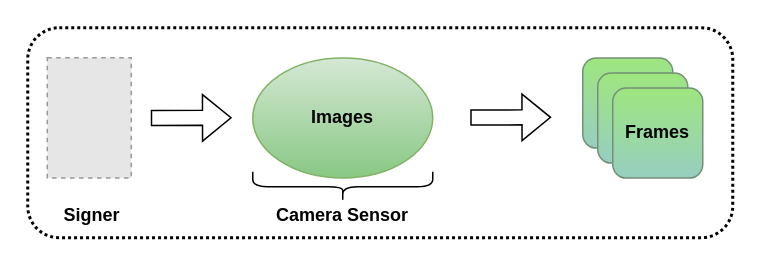
Above: fig2.drawio in hridoy1000/asl (draw.io), before the change. Source tidied: cells renumbered, new cells numbered last; positions are measured from the earlier drawing's top-left corner, leaving out a move shared by most shapes. Both pictures are drawn from the tidied source at 150%, with x=0, y=0 at pixel (27, 27). Pictures stored in the file or linked from it are replaced by grey dashed boxes.
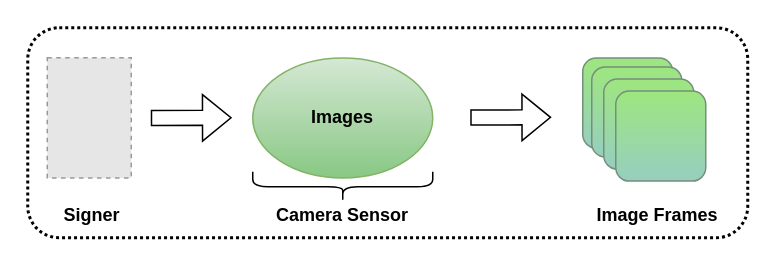
Above is the later version.

Diff of the diagram source:
```diff
@@
 <mxGraphModel>
   <root>
     <mxCell id="0" />
     <mxCell id="1" parent="0" />
     <mxCell id="2" style="rounded=1;whiteSpace=wrap;html=1;dashed=1;dashPattern=1 1;strokeWidth=2;gradientColor=none;fillStyle=auto;glass=0;shadow=0;" parent="1" vertex="1">
-      <mxGeometry width="470" height="140" as="geometry" />
+      <mxGeometry width="480" height="140" as="geometry" />
     </mxCell>
     <mxCell id="3" style="fillColor=#E6E6E6;strokeColor=#999999;dashed=1;verticalLabelPosition=bottom;labelBackgroundColor=default;verticalAlign=top;" parent="1" vertex="1">
       <mxGeometry x="13" y="20" width="56" height="80.2" as="geometry" />
     </mxCell>
     <mxCell id="4" style="shape=flexArrow;endArrow=classic;html=1;rounded=0;exitX=1;exitY=0.5;exitDx=0;exitDy=0;" parent="1" edge="1">
       <mxGeometry relative="1" as="geometry">
         <mxPoint x="82" y="60.1" as="sourcePoint" />
         <mxPoint x="136" y="60" as="targetPoint" />
       </mxGeometry>
     </mxCell>
     <mxCell id="5" value="&lt;b&gt;Images&lt;/b&gt;" style="ellipse;whiteSpace=wrap;html=1;fillColor=#d5e8d4;strokeColor=#82b366;strokeWidth=1;gradientColor=#88c884;" parent="1" vertex="1">
       <mxGeometry x="150" y="20.2" width="120" height="80" as="geometry" />
     </mxCell>
     <mxCell id="6" style="shape=flexArrow;endArrow=classic;html=1;rounded=0;exitX=1;exitY=0.5;exitDx=0;exitDy=0;" parent="1" edge="1">
       <mxGeometry relative="1" as="geometry">
         <mxPoint x="295" y="59.8" as="sourcePoint" />
         <mxPoint x="349" y="59.7" as="targetPoint" />
       </mxGeometry>
     </mxCell>
     <mxCell id="7" style="rounded=1;whiteSpace=wrap;html=1;fillColor=#9ee67f;gradientColor=#97cec0;strokeColor=#749078;" parent="1" vertex="1">
       <mxGeometry x="370" y="20.2" width="60" height="60" as="geometry" />
     </mxCell>
     <mxCell id="8" style="shape=curlyBracket;whiteSpace=wrap;html=1;rounded=1;flipH=1;labelPosition=right;verticalLabelPosition=middle;align=left;verticalAlign=middle;rotation=90;" parent="1" vertex="1">
       <mxGeometry x="200" y="46" width="20" height="120" as="geometry" />
     </mxCell>
     <mxCell id="9" value="&lt;b&gt;Signer&lt;/b&gt;" style="text;html=1;align=center;verticalAlign=middle;whiteSpace=wrap;rounded=0;" parent="1" vertex="1">
       <mxGeometry x="13" y="110" width="60" height="30" as="geometry" />
     </mxCell>
     <mxCell id="10" value="&lt;b&gt;Camera Sensor&lt;/b&gt;" style="text;html=1;align=center;verticalAlign=middle;whiteSpace=wrap;rounded=0;" parent="1" vertex="1">
       <mxGeometry x="160" y="110" width="100" height="30" as="geometry" />
     </mxCell>
     <mxCell id="11" style="rounded=1;whiteSpace=wrap;html=1;fillColor=#9ee67f;gradientColor=#97cec0;strokeColor=#749078;" parent="1" vertex="1">
-      <mxGeometry x="380" y="30.2" width="60" height="60" as="geometry" />
+      <mxGeometry x="376" y="26.1" width="60" height="60" as="geometry" />
     </mxCell>
-    <mxCell id="12" value="&lt;b&gt;Frames&lt;/b&gt;" style="rounded=1;whiteSpace=wrap;html=1;fillColor=#9ee67f;gradientColor=#97cec0;strokeColor=#749078;" parent="1" vertex="1">
-      <mxGeometry x="390" y="40.2" width="60" height="60" as="geometry" />
+    <mxCell id="12" style="rounded=1;whiteSpace=wrap;html=1;fillColor=#9ee67f;gradientColor=#97cec0;strokeColor=#749078;" parent="1" vertex="1">
+      <mxGeometry x="384" y="34.2" width="60" height="60" as="geometry" />
     </mxCell>
+    <mxCell id="13" value="&lt;b&gt;Image Frames&lt;/b&gt;" style="text;html=1;align=center;verticalAlign=middle;whiteSpace=wrap;rounded=0;" parent="1" vertex="1">
+      <mxGeometry x="370" y="110" width="100" height="30" as="geometry" />
+    </mxCell>
+    <mxCell id="14" style="rounded=1;whiteSpace=wrap;html=1;fillColor=#9ee67f;gradientColor=#97cec0;strokeColor=#749078;" parent="1" vertex="1">
+      <mxGeometry x="392" y="42.2" width="60" height="60" as="geometry" />
+    </mxCell>
   </root>
 </mxGraphModel>
```
